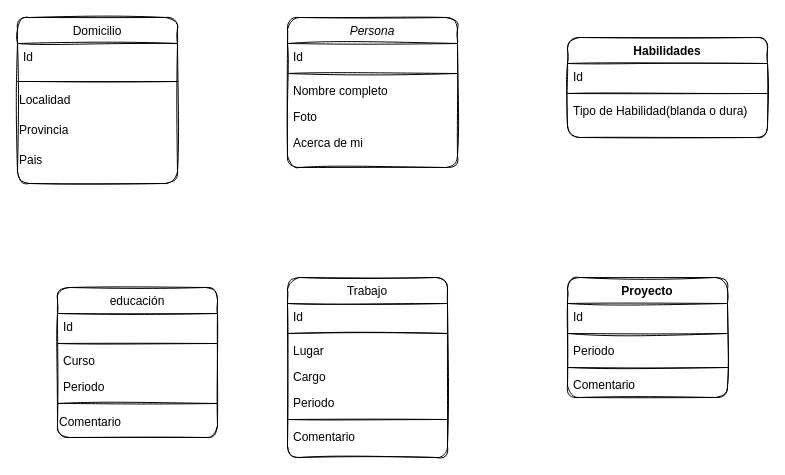
The draw.io diagram Diagrama base de datos.drawio in V3nd3/FrontEnd, before the edit. Source tidied: cells renumbered, new cells numbered last; positions are measured from the earlier drawing's top-left corner, leaving out a move shared by most shapes. Both pictures are drawn from the tidied source at 100%, with x=0, y=0 at pixel (17, 17).
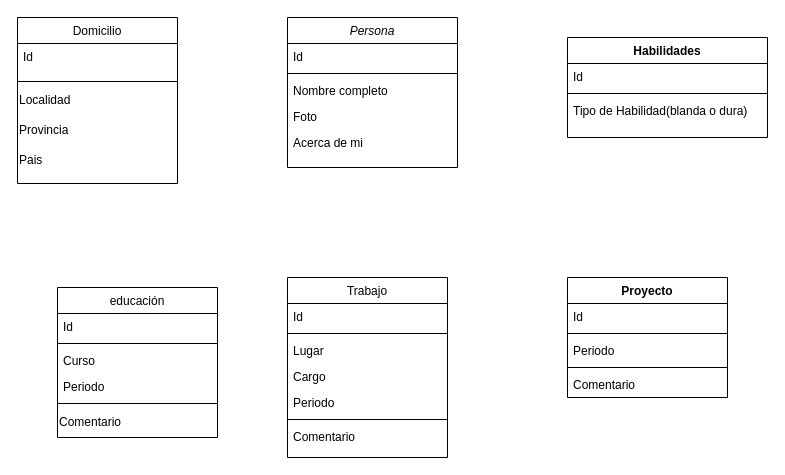
After the change.

Change to the diagram source:
```diff
@@
-    <mxCell id="2" value="Persona" style="swimlane;fontStyle=2;align=center;verticalAlign=top;horizontal=1;startSize=26;rounded=1;shadow=0;strokeWidth=1;sketch=1;" parent="1" vertex="1">
+    <mxCell id="2" value="Persona" style="swimlane;fontStyle=2;align=center;verticalAlign=top;horizontal=1;startSize=26;shadow=0;strokeWidth=1;" parent="1" vertex="1">
       <mxGeometry x="270" width="170" height="150" as="geometry" />
     </mxCell>
-    <mxCell id="3" value="Id" style="text;align=left;verticalAlign=top;spacingLeft=4;spacingRight=4;overflow=hidden;rounded=1;sketch=1;" parent="2" vertex="1">
+    <mxCell id="3" value="Id" style="text;align=left;verticalAlign=top;spacingLeft=4;spacingRight=4;overflow=hidden;" parent="2" vertex="1">
       <mxGeometry y="26" width="170" height="26" as="geometry" />
     </mxCell>
-    <mxCell id="4" style="line;html=1;strokeWidth=1;align=left;verticalAlign=middle;spacingTop=-1;spacingLeft=3;spacingRight=3;labelPosition=right;rounded=1;sketch=1;" parent="2" vertex="1">
+    <mxCell id="4" style="line;html=1;strokeWidth=1;align=left;verticalAlign=middle;spacingTop=-1;spacingLeft=3;spacingRight=3;labelPosition=right;" parent="2" vertex="1">
       <mxGeometry y="52" width="170" height="8" as="geometry" />
     </mxCell>
-    <mxCell id="5" value="Nombre completo" style="text;align=left;verticalAlign=top;spacingLeft=4;spacingRight=4;overflow=hidden;rounded=1;shadow=0;html=0;sketch=1;" parent="2" vertex="1">
+    <mxCell id="5" value="Nombre completo" style="text;align=left;verticalAlign=top;spacingLeft=4;spacingRight=4;overflow=hidden;shadow=0;html=0;" parent="2" vertex="1">
       <mxGeometry y="60" width="170" height="26" as="geometry" />
     </mxCell>
-    <mxCell id="6" value="Foto" style="text;align=left;verticalAlign=top;spacingLeft=4;spacingRight=4;overflow=hidden;rounded=1;shadow=0;html=0;sketch=1;" parent="2" vertex="1">
+    <mxCell id="6" value="Foto" style="text;align=left;verticalAlign=top;spacingLeft=4;spacingRight=4;overflow=hidden;shadow=0;html=0;" parent="2" vertex="1">
       <mxGeometry y="86" width="170" height="26" as="geometry" />
     </mxCell>
-    <mxCell id="7" value="Acerca de mi" style="text;align=left;verticalAlign=top;spacingLeft=4;spacingRight=4;overflow=hidden;rounded=1;sketch=1;" parent="2" vertex="1">
+    <mxCell id="7" value="Acerca de mi" style="text;align=left;verticalAlign=top;spacingLeft=4;spacingRight=4;overflow=hidden;" parent="2" vertex="1">
       <mxGeometry y="112" width="170" height="28" as="geometry" />
     </mxCell>
-    <mxCell id="8" value="educación" style="swimlane;fontStyle=0;align=center;verticalAlign=top;horizontal=1;startSize=26;rounded=1;shadow=0;strokeWidth=1;sketch=1;" parent="1" vertex="1">
+    <mxCell id="8" value="educación" style="swimlane;fontStyle=0;align=center;verticalAlign=top;horizontal=1;startSize=26;shadow=0;strokeWidth=1;" parent="1" vertex="1">
       <mxGeometry x="40" y="270" width="160" height="150" as="geometry" />
     </mxCell>
-    <mxCell id="9" value="Id" style="text;align=left;verticalAlign=top;spacingLeft=4;spacingRight=4;overflow=hidden;rounded=1;sketch=1;" parent="8" vertex="1">
+    <mxCell id="9" value="Id" style="text;align=left;verticalAlign=top;spacingLeft=4;spacingRight=4;overflow=hidden;" parent="8" vertex="1">
       <mxGeometry y="26" width="160" height="26" as="geometry" />
     </mxCell>
-    <mxCell id="10" style="line;html=1;strokeWidth=1;align=left;verticalAlign=middle;spacingTop=-1;spacingLeft=3;spacingRight=3;labelPosition=right;rounded=1;sketch=1;" parent="8" vertex="1">
+    <mxCell id="10" style="line;html=1;strokeWidth=1;align=left;verticalAlign=middle;spacingTop=-1;spacingLeft=3;spacingRight=3;labelPosition=right;" parent="8" vertex="1">
       <mxGeometry y="52" width="160" height="8" as="geometry" />
     </mxCell>
-    <mxCell id="11" value="Curso" style="text;align=left;verticalAlign=top;spacingLeft=4;spacingRight=4;overflow=hidden;rounded=1;shadow=0;html=0;sketch=1;" parent="8" vertex="1">
+    <mxCell id="11" value="Curso" style="text;align=left;verticalAlign=top;spacingLeft=4;spacingRight=4;overflow=hidden;shadow=0;html=0;" parent="8" vertex="1">
       <mxGeometry y="60" width="160" height="26" as="geometry" />
     </mxCell>
-    <mxCell id="12" value="Periodo" style="text;align=left;verticalAlign=top;spacingLeft=4;spacingRight=4;overflow=hidden;rounded=1;sketch=1;" parent="8" vertex="1">
+    <mxCell id="12" value="Periodo" style="text;align=left;verticalAlign=top;spacingLeft=4;spacingRight=4;overflow=hidden;" parent="8" vertex="1">
       <mxGeometry y="86" width="160" height="26" as="geometry" />
     </mxCell>
-    <mxCell id="13" style="line;html=1;strokeWidth=1;align=left;verticalAlign=middle;spacingTop=-1;spacingLeft=3;spacingRight=3;labelPosition=right;rounded=1;sketch=1;" parent="8" vertex="1">
+    <mxCell id="13" style="line;html=1;strokeWidth=1;align=left;verticalAlign=middle;spacingTop=-1;spacingLeft=3;spacingRight=3;labelPosition=right;" parent="8" vertex="1">
       <mxGeometry y="112" width="160" height="8" as="geometry" />
     </mxCell>
-    <mxCell id="14" value="Comentario" style="text;html=1;align=left;verticalAlign=middle;strokeColor=none;fillColor=none;rounded=1;sketch=1;" parent="8" vertex="1">
+    <mxCell id="14" value="Comentario" style="text;html=1;align=left;verticalAlign=middle;strokeColor=none;fillColor=none;" parent="8" vertex="1">
       <mxGeometry y="120" width="160" height="30" as="geometry" />
     </mxCell>
-    <mxCell id="15" value="Domicilio" style="swimlane;fontStyle=0;align=center;verticalAlign=top;horizontal=1;startSize=26;rounded=1;shadow=0;strokeWidth=1;sketch=1;" parent="1" vertex="1">
+    <mxCell id="15" value="Domicilio" style="swimlane;fontStyle=0;align=center;verticalAlign=top;horizontal=1;startSize=26;shadow=0;strokeWidth=1;" parent="1" vertex="1">
       <mxGeometry width="160" height="166" as="geometry" />
     </mxCell>
-    <mxCell id="16" value="Id" style="text;align=left;verticalAlign=top;spacingLeft=4;spacingRight=4;overflow=hidden;rounded=1;sketch=1;" parent="15" vertex="1">
+    <mxCell id="16" value="Id" style="text;align=left;verticalAlign=top;spacingLeft=4;spacingRight=4;overflow=hidden;" parent="15" vertex="1">
       <mxGeometry y="26" width="160" height="34" as="geometry" />
     </mxCell>
-    <mxCell id="17" style="line;html=1;strokeWidth=1;align=left;verticalAlign=middle;spacingTop=-1;spacingLeft=3;spacingRight=3;labelPosition=right;rounded=1;sketch=1;" parent="15" vertex="1">
+    <mxCell id="17" style="line;html=1;strokeWidth=1;align=left;verticalAlign=middle;spacingTop=-1;spacingLeft=3;spacingRight=3;labelPosition=right;" parent="15" vertex="1">
       <mxGeometry y="60" width="160" height="8" as="geometry" />
     </mxCell>
-    <mxCell id="18" value="Localidad" style="text;html=1;align=left;verticalAlign=middle;strokeColor=none;fillColor=none;rounded=1;sketch=1;" parent="15" vertex="1">
+    <mxCell id="18" value="Localidad" style="text;html=1;align=left;verticalAlign=middle;strokeColor=none;fillColor=none;" parent="15" vertex="1">
       <mxGeometry y="68" width="160" height="30" as="geometry" />
     </mxCell>
-    <mxCell id="19" value="Provincia" style="text;html=1;align=left;verticalAlign=middle;strokeColor=none;fillColor=none;rounded=1;sketch=1;" parent="15" vertex="1">
+    <mxCell id="19" value="Provincia" style="text;html=1;align=left;verticalAlign=middle;strokeColor=none;fillColor=none;" parent="15" vertex="1">
       <mxGeometry y="98" width="160" height="30" as="geometry" />
     </mxCell>
-    <mxCell id="20" value="Pais" style="text;html=1;align=left;verticalAlign=middle;strokeColor=none;fillColor=none;rounded=1;sketch=1;" parent="15" vertex="1">
+    <mxCell id="20" value="Pais" style="text;html=1;align=left;verticalAlign=middle;strokeColor=none;fillColor=none;" parent="15" vertex="1">
       <mxGeometry y="128" width="160" height="30" as="geometry" />
     </mxCell>
-    <mxCell id="21" value="Trabajo" style="swimlane;fontStyle=0;align=center;verticalAlign=top;horizontal=1;startSize=26;rounded=1;shadow=0;strokeWidth=1;sketch=1;" parent="1" vertex="1">
+    <mxCell id="21" value="Trabajo" style="swimlane;fontStyle=0;align=center;verticalAlign=top;horizontal=1;startSize=26;shadow=0;strokeWidth=1;" parent="1" vertex="1">
       <mxGeometry x="270" y="260" width="160" height="180" as="geometry" />
     </mxCell>
-    <mxCell id="22" value="Id" style="text;align=left;verticalAlign=top;spacingLeft=4;spacingRight=4;overflow=hidden;rounded=1;sketch=1;" parent="21" vertex="1">
+    <mxCell id="22" value="Id" style="text;align=left;verticalAlign=top;spacingLeft=4;spacingRight=4;overflow=hidden;" parent="21" vertex="1">
       <mxGeometry y="26" width="160" height="26" as="geometry" />
     </mxCell>
-    <mxCell id="23" style="line;html=1;strokeWidth=1;align=left;verticalAlign=middle;spacingTop=-1;spacingLeft=3;spacingRight=3;labelPosition=right;rounded=1;sketch=1;" parent="21" vertex="1">
+    <mxCell id="23" style="line;html=1;strokeWidth=1;align=left;verticalAlign=middle;spacingTop=-1;spacingLeft=3;spacingRight=3;labelPosition=right;" parent="21" vertex="1">
       <mxGeometry y="52" width="160" height="8" as="geometry" />
     </mxCell>
-    <mxCell id="24" value="Lugar" style="text;align=left;verticalAlign=top;spacingLeft=4;spacingRight=4;overflow=hidden;rounded=1;shadow=0;html=0;sketch=1;" parent="21" vertex="1">
+    <mxCell id="24" value="Lugar" style="text;align=left;verticalAlign=top;spacingLeft=4;spacingRight=4;overflow=hidden;shadow=0;html=0;" parent="21" vertex="1">
       <mxGeometry y="60" width="160" height="26" as="geometry" />
     </mxCell>
-    <mxCell id="25" value="Cargo" style="text;align=left;verticalAlign=top;spacingLeft=4;spacingRight=4;overflow=hidden;rounded=1;shadow=0;html=0;sketch=1;" parent="21" vertex="1">
+    <mxCell id="25" value="Cargo" style="text;align=left;verticalAlign=top;spacingLeft=4;spacingRight=4;overflow=hidden;shadow=0;html=0;" parent="21" vertex="1">
       <mxGeometry y="86" width="160" height="26" as="geometry" />
     </mxCell>
-    <mxCell id="26" value="Periodo" style="text;align=left;verticalAlign=top;spacingLeft=4;spacingRight=4;overflow=hidden;rounded=1;shadow=0;html=0;sketch=1;" parent="21" vertex="1">
+    <mxCell id="26" value="Periodo" style="text;align=left;verticalAlign=top;spacingLeft=4;spacingRight=4;overflow=hidden;shadow=0;html=0;" parent="21" vertex="1">
       <mxGeometry y="112" width="160" height="26" as="geometry" />
     </mxCell>
-    <mxCell id="27" style="line;html=1;strokeWidth=1;align=left;verticalAlign=middle;spacingTop=-1;spacingLeft=3;spacingRight=3;labelPosition=right;rounded=1;sketch=1;" parent="21" vertex="1">
+    <mxCell id="27" style="line;html=1;strokeWidth=1;align=left;verticalAlign=middle;spacingTop=-1;spacingLeft=3;spacingRight=3;labelPosition=right;" parent="21" vertex="1">
       <mxGeometry y="138" width="160" height="8" as="geometry" />
     </mxCell>
-    <mxCell id="28" value="Comentario" style="text;align=left;verticalAlign=top;spacingLeft=4;spacingRight=4;overflow=hidden;rounded=1;shadow=0;html=0;sketch=1;" parent="21" vertex="1">
+    <mxCell id="28" value="Comentario" style="text;align=left;verticalAlign=top;spacingLeft=4;spacingRight=4;overflow=hidden;shadow=0;html=0;" parent="21" vertex="1">
       <mxGeometry y="146" width="160" height="26" as="geometry" />
     </mxCell>
-    <mxCell id="29" value="Proyecto" style="swimlane;fontStyle=1;align=center;verticalAlign=top;horizontal=1;startSize=26;shadow=0;rounded=1;sketch=1;" parent="1" vertex="1">
+    <mxCell id="29" value="Proyecto" style="swimlane;fontStyle=1;align=center;verticalAlign=top;horizontal=1;startSize=26;shadow=0;" parent="1" vertex="1">
       <mxGeometry x="550" y="260" width="160" height="120" as="geometry" />
     </mxCell>
-    <mxCell id="30" value="Id" style="text;strokeColor=none;fillColor=none;align=left;verticalAlign=top;spacingLeft=4;spacingRight=4;overflow=hidden;shadow=0;rounded=1;sketch=1;" parent="29" vertex="1">
+    <mxCell id="30" value="Id" style="text;strokeColor=none;fillColor=none;align=left;verticalAlign=top;spacingLeft=4;spacingRight=4;overflow=hidden;shadow=0;" parent="29" vertex="1">
       <mxGeometry y="26" width="160" height="26" as="geometry" />
     </mxCell>
-    <mxCell id="31" style="line;strokeWidth=1;fillColor=none;align=left;verticalAlign=middle;spacingTop=-1;spacingLeft=3;spacingRight=3;labelPosition=right;shadow=0;rounded=1;sketch=1;" parent="29" vertex="1">
+    <mxCell id="31" style="line;strokeWidth=1;fillColor=none;align=left;verticalAlign=middle;spacingTop=-1;spacingLeft=3;spacingRight=3;labelPosition=right;shadow=0;" parent="29" vertex="1">
       <mxGeometry y="52" width="160" height="8" as="geometry" />
     </mxCell>
-    <mxCell id="32" value="Periodo" style="text;strokeColor=none;fillColor=none;align=left;verticalAlign=top;spacingLeft=4;spacingRight=4;overflow=hidden;shadow=0;rounded=1;sketch=1;" parent="29" vertex="1">
+    <mxCell id="32" value="Periodo" style="text;strokeColor=none;fillColor=none;align=left;verticalAlign=top;spacingLeft=4;spacingRight=4;overflow=hidden;shadow=0;" parent="29" vertex="1">
       <mxGeometry y="60" width="160" height="26" as="geometry" />
     </mxCell>
-    <mxCell id="33" style="line;strokeWidth=1;fillColor=none;align=left;verticalAlign=middle;spacingTop=-1;spacingLeft=3;spacingRight=3;labelPosition=right;shadow=0;rounded=1;sketch=1;" parent="29" vertex="1">
+    <mxCell id="33" style="line;strokeWidth=1;fillColor=none;align=left;verticalAlign=middle;spacingTop=-1;spacingLeft=3;spacingRight=3;labelPosition=right;shadow=0;" parent="29" vertex="1">
       <mxGeometry y="86" width="160" height="8" as="geometry" />
     </mxCell>
-    <mxCell id="34" value="Comentario" style="text;strokeColor=none;fillColor=none;align=left;verticalAlign=top;spacingLeft=4;spacingRight=4;overflow=hidden;shadow=0;rounded=1;sketch=1;" parent="29" vertex="1">
+    <mxCell id="34" value="Comentario" style="text;strokeColor=none;fillColor=none;align=left;verticalAlign=top;spacingLeft=4;spacingRight=4;overflow=hidden;shadow=0;" parent="29" vertex="1">
       <mxGeometry y="94" width="160" height="26" as="geometry" />
     </mxCell>
-    <mxCell id="35" value="Habilidades" style="swimlane;fontStyle=1;align=center;verticalAlign=top;horizontal=1;startSize=26;shadow=0;rounded=1;sketch=1;" parent="1" vertex="1">
+    <mxCell id="35" value="Habilidades" style="swimlane;fontStyle=1;align=center;verticalAlign=top;horizontal=1;startSize=26;shadow=0;" parent="1" vertex="1">
       <mxGeometry x="550" y="20" width="200" height="100" as="geometry" />
     </mxCell>
-    <mxCell id="36" value="Id" style="text;strokeColor=none;fillColor=none;align=left;verticalAlign=top;spacingLeft=4;spacingRight=4;overflow=hidden;shadow=0;rounded=1;sketch=1;" parent="35" vertex="1">
+    <mxCell id="36" value="Id" style="text;strokeColor=none;fillColor=none;align=left;verticalAlign=top;spacingLeft=4;spacingRight=4;overflow=hidden;shadow=0;" parent="35" vertex="1">
       <mxGeometry y="26" width="200" height="26" as="geometry" />
     </mxCell>
-    <mxCell id="37" style="line;strokeWidth=1;fillColor=none;align=left;verticalAlign=middle;spacingTop=-1;spacingLeft=3;spacingRight=3;labelPosition=right;shadow=0;rounded=1;sketch=1;" parent="35" vertex="1">
+    <mxCell id="37" style="line;strokeWidth=1;fillColor=none;align=left;verticalAlign=middle;spacingTop=-1;spacingLeft=3;spacingRight=3;labelPosition=right;shadow=0;" parent="35" vertex="1">
       <mxGeometry y="52" width="200" height="8" as="geometry" />
     </mxCell>
-    <mxCell id="38" value="Tipo de Habilidad(blanda o dura)" style="text;strokeColor=none;fillColor=none;align=left;verticalAlign=top;spacingLeft=4;spacingRight=4;overflow=hidden;shadow=0;rounded=1;sketch=1;" parent="35" vertex="1">
+    <mxCell id="38" value="Tipo de Habilidad(blanda o dura)" style="text;strokeColor=none;fillColor=none;align=left;verticalAlign=top;spacingLeft=4;spacingRight=4;overflow=hidden;shadow=0;" parent="35" vertex="1">
       <mxGeometry y="60" width="200" height="40" as="geometry" />
     </mxCell>
```
